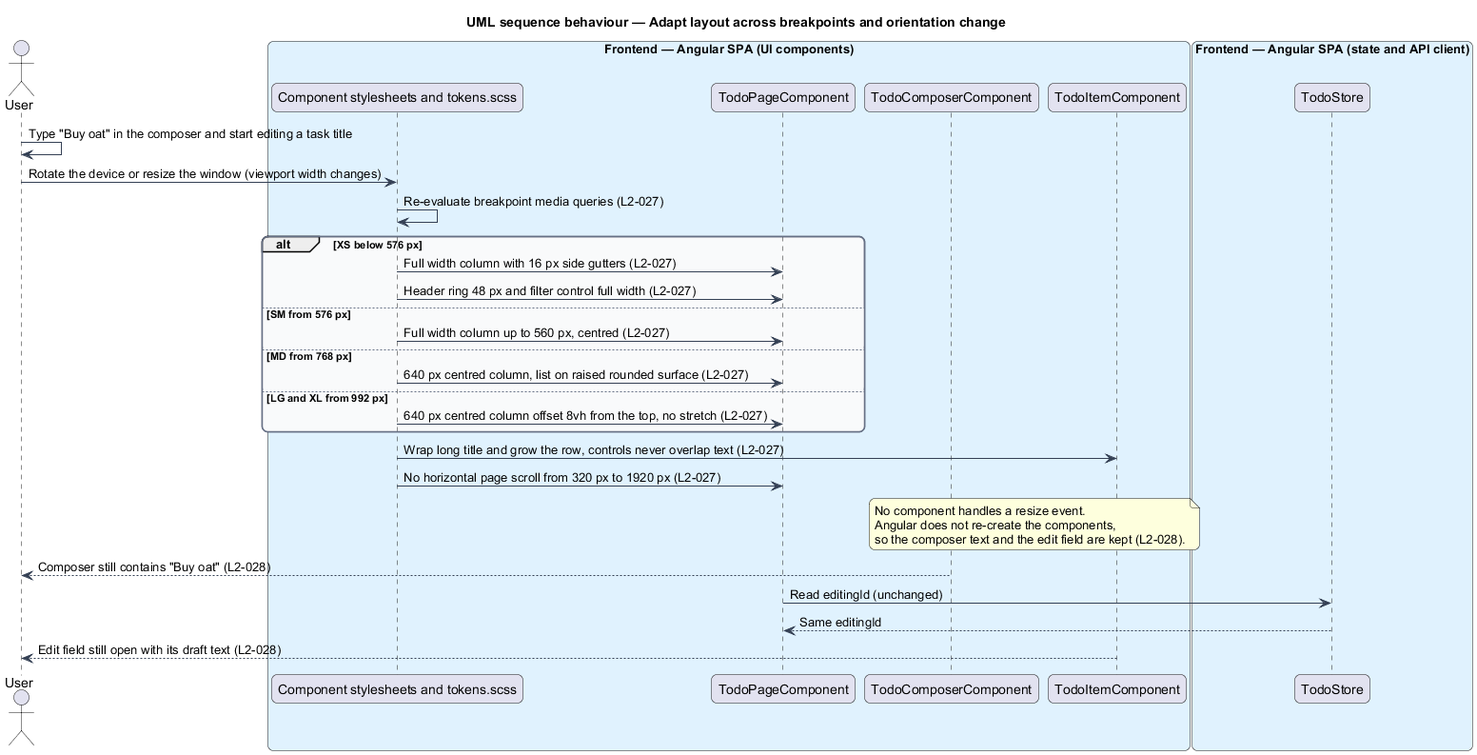
Before: docs/detailed-designs/interface/responsive-layout/diagrams/sequence-adapt-layout.png, a diagram exported from PlantUML (QuinntyneBrown/php-todo-lab). The source it was exported from:
```plantuml
@startuml
title UML sequence behaviour — Adapt layout across breakpoints and orientation change
skinparam backgroundColor #FFFFFF
skinparam shadowing false
skinparam roundcorner 12
skinparam defaultFontName Arial
skinparam ArrowColor #344054
skinparam rectangle {
  BorderColor #344054
  FontColor #101828
}
skinparam package {
  BorderColor #667085
  FontColor #101828
  BackgroundColor #F9FAFB
}
actor "User" as user
box "Frontend — Angular SPA (UI components)" #E0F2FE
  participant "Component stylesheets and tokens.scss" as css
  participant "TodoPageComponent" as page
  participant "TodoComposerComponent" as composer
  participant "TodoItemComponent" as item
end box
box "Frontend — Angular SPA (state and API client)" #E0F2FE
  participant "TodoStore" as store
end box
user -> user : Type "Buy oat" in the composer and start editing a task title
user -> css : Rotate the device or resize the window (viewport width changes)
css -> css : Re-evaluate breakpoint media queries (L2-027)
alt XS below 576 px
  css -> page : Full width column with 16 px side gutters (L2-027)
  css -> page : Header ring 48 px and filter control full width (L2-027)
else SM from 576 px
  css -> page : Full width column up to 560 px, centred (L2-027)
else MD from 768 px
  css -> page : 640 px centred column, list on raised rounded surface (L2-027)
else LG and XL from 992 px
  css -> page : 640 px centred column offset 8vh from the top, no stretch (L2-027)
end
css -> item : Wrap long title and grow the row, controls never overlap text (L2-027)
css -> page : No horizontal page scroll from 320 px to 1920 px (L2-027)
note over composer, item
  No component handles a resize event.
  Angular does not re-create the components,
  so the composer text and the edit field are kept (L2-028).
end note
composer --> user : Composer still contains "Buy oat" (L2-028)
page -> store : Read editingId (unchanged)
store --> page : Same editingId
item --> user : Edit field still open with its draft text (L2-028)
@enduml
```
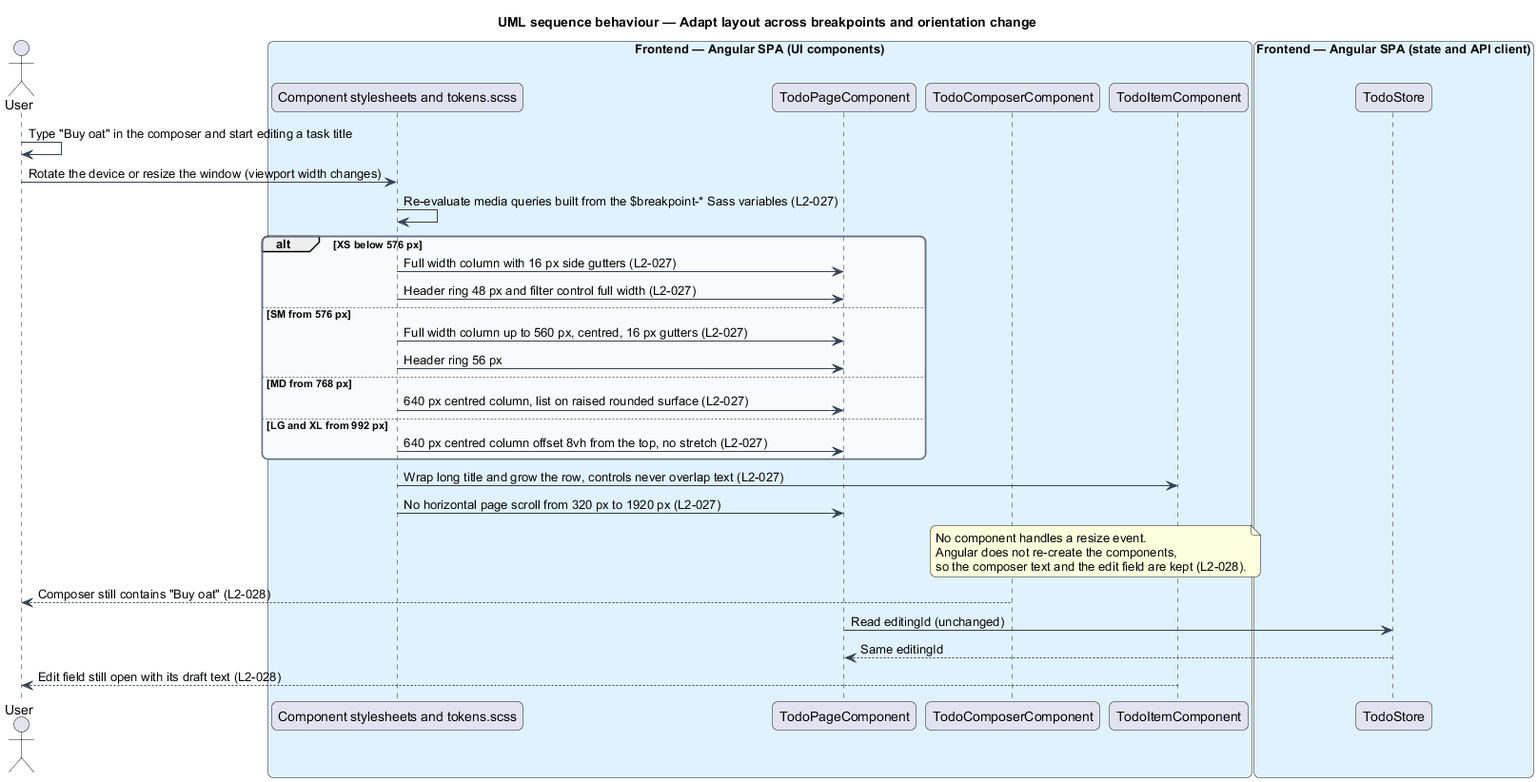
The same diagram one commit later.

The edit, as a diff of the source:
```diff
@@ -26,12 +26,13 @@
 end box
 user -> user : Type "Buy oat" in the composer and start editing a task title
 user -> css : Rotate the device or resize the window (viewport width changes)
-css -> css : Re-evaluate breakpoint media queries (L2-027)
+css -> css : Re-evaluate media queries built from the $breakpoint-* Sass variables (L2-027)
 alt XS below 576 px
   css -> page : Full width column with 16 px side gutters (L2-027)
   css -> page : Header ring 48 px and filter control full width (L2-027)
 else SM from 576 px
-  css -> page : Full width column up to 560 px, centred (L2-027)
+  css -> page : Full width column up to 560 px, centred, 16 px gutters (L2-027)
+  css -> page : Header ring 56 px
 else MD from 768 px
   css -> page : 640 px centred column, list on raised rounded surface (L2-027)
 else LG and XL from 992 px
```
